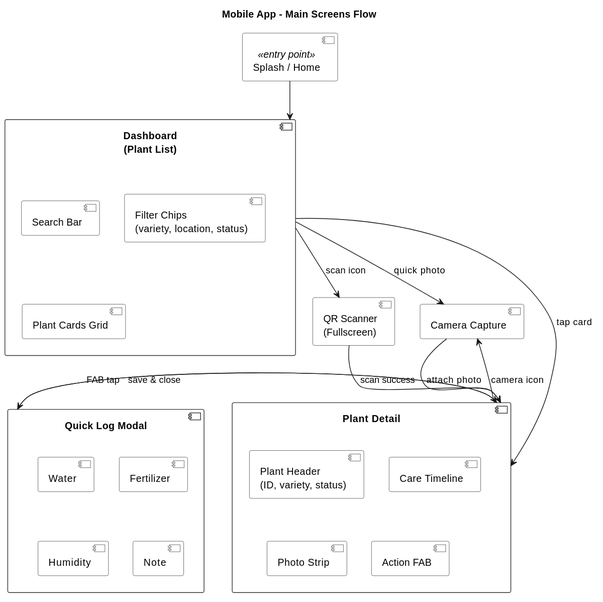
Earlier version of the PlantUML export knowledge/ui-design/06-mobile-flow.svg (geraldthewes/plant-tracking). Its diagram source:
```plantuml
@startuml
skinparam component {
  BackgroundColor white
  BorderColor #333
  Shadowing false
}

title Mobile App - Main Screens Flow

component "Splash / Home" as home <<entry point>>

component "Dashboard\n(Plant List)" as dashboard {
  component "Search Bar" as search
  component "Filter Chips\n(variety, location, status)" as filters
  component "Plant Cards Grid" as cards
}

component "Plant Detail" as detail {
  component "Plant Header\n(ID, variety, status)" as header
  component "Care Timeline" as timeline
  component "Photo Strip" as photostrip
  component "Action FAB" as fab
}

component "Quick Log Modal" as logmodal {
  component "Water" as water_btn
  component "Fertilizer" as fert_btn
  component "Humidity" as humid_btn
  component "Note" as note_btn
}

component "QR Scanner\n(Fullscreen)" as scanner

component "Camera Capture" as camera

home --> dashboard
dashboard --> detail : tap card
dashboard --> scanner : scan icon
scanner --> detail : scan success
detail --> logmodal : FAB tap
detail --> camera : camera icon
logmodal --> detail : save & close
camera --> detail : attach photo
dashboard --> camera : quick photo
@enduml
```
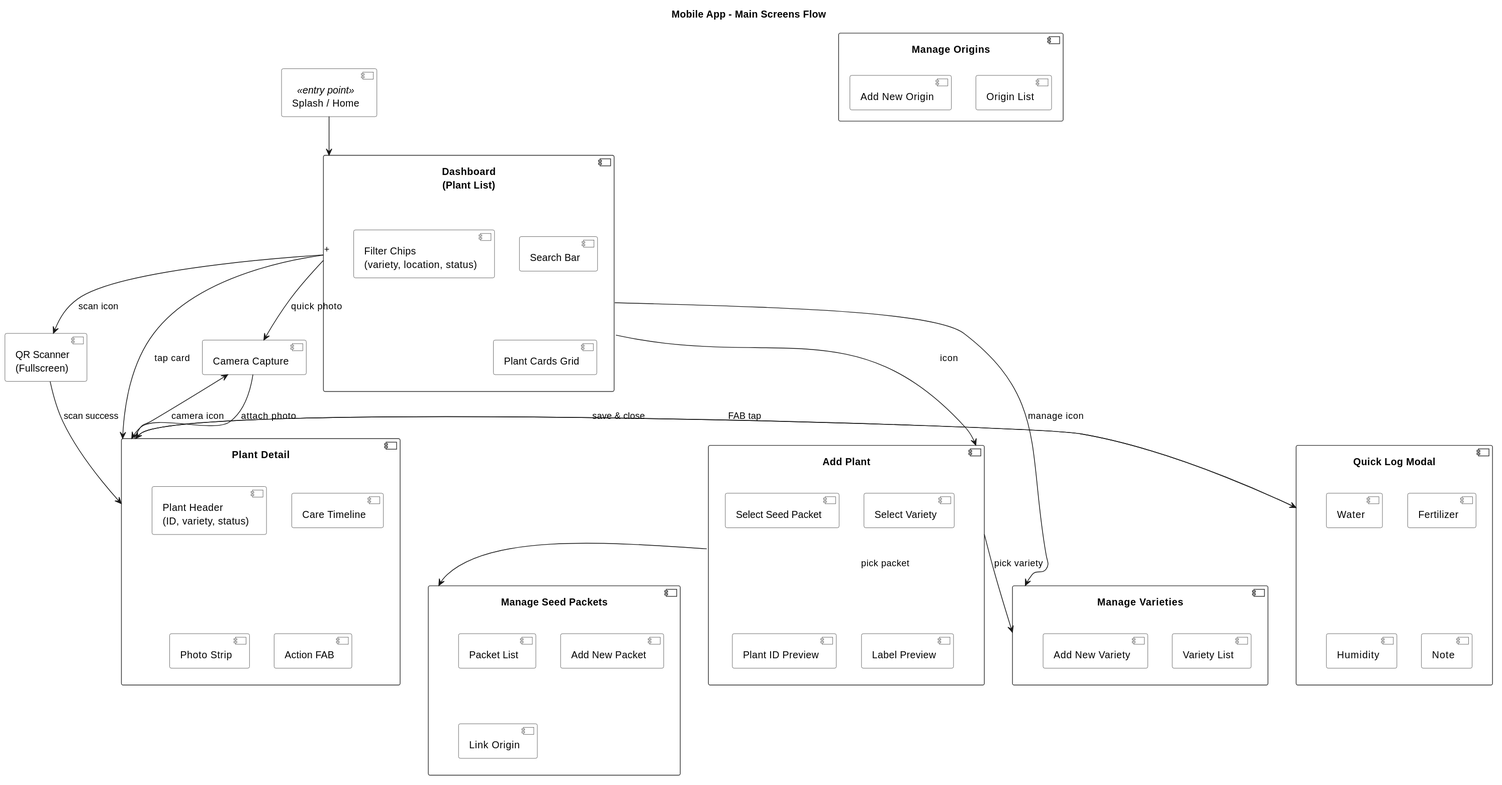
The same diagram one commit later.

Commit message:
docs: add varieties, seed packets, and origins management screens to UI design

Diff of the diagram source:
```diff
@@ -29,17 +29,44 @@
   component "Note" as note_btn
 }
 
+component "Add Plant" as addplant {
+  component "Select Variety" as select_variety
+  component "Select Seed Packet" as select_packet
+  component "Plant ID Preview" as plant_id
+  component "Label Preview" as label_preview
+}
+
+component "Manage Varieties" as varieties {
+  component "Variety List" as var_list
+  component "Add New Variety" as add_variety
+}
+
+component "Manage Seed Packets" as packets {
+  component "Packet List" as pkt_list
+  component "Add New Packet" as add_packet
+  component "Link Origin" as link_origin
+}
+
+component "Manage Origins" as origins {
+  component "Origin List" as origin_list
+  component "Add New Origin" as add_origin
+}
+
 component "QR Scanner\n(Fullscreen)" as scanner
 
 component "Camera Capture" as camera
 
 home --> dashboard
 dashboard --> detail : tap card
+dashboard --> addplant : "+" icon
 dashboard --> scanner : scan icon
+dashboard --> varieties : manage icon
 scanner --> detail : scan success
 detail --> logmodal : FAB tap
 detail --> camera : camera icon
 logmodal --> detail : save & close
 camera --> detail : attach photo
 dashboard --> camera : quick photo
+addplant --> varieties : pick variety
+addplant --> packets : pick packet
 @enduml
```
